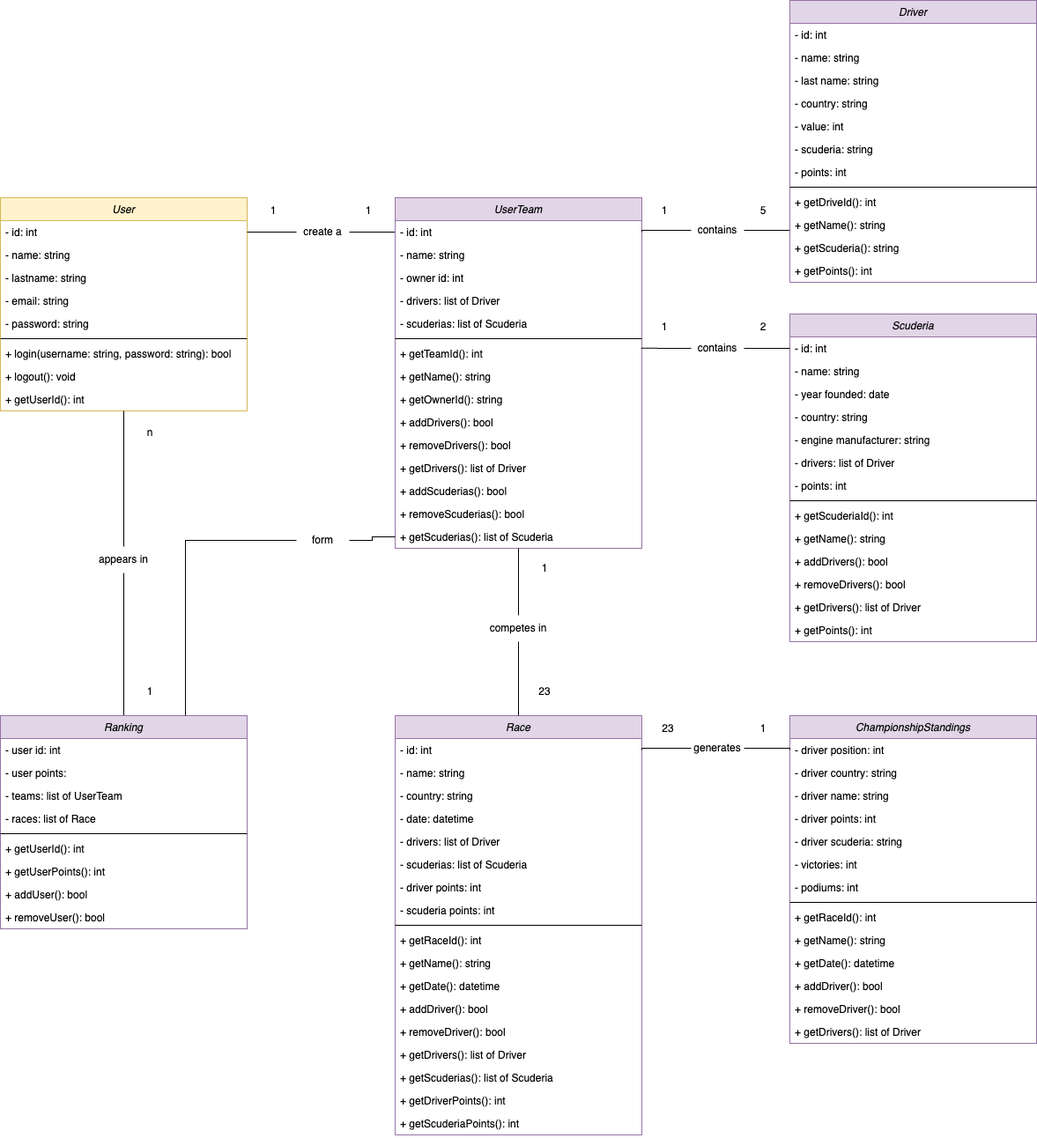
Before: doc/diagramas/img/Diagrama_Clases_FFantasy.drawio.png, a diagram exported from draw.io (adrianhrb/proyecto_ETS). Source tidied: cells renumbered, new cells last; positions are measured from the earlier drawing's top-left corner, leaving out a move shared by most shapes.
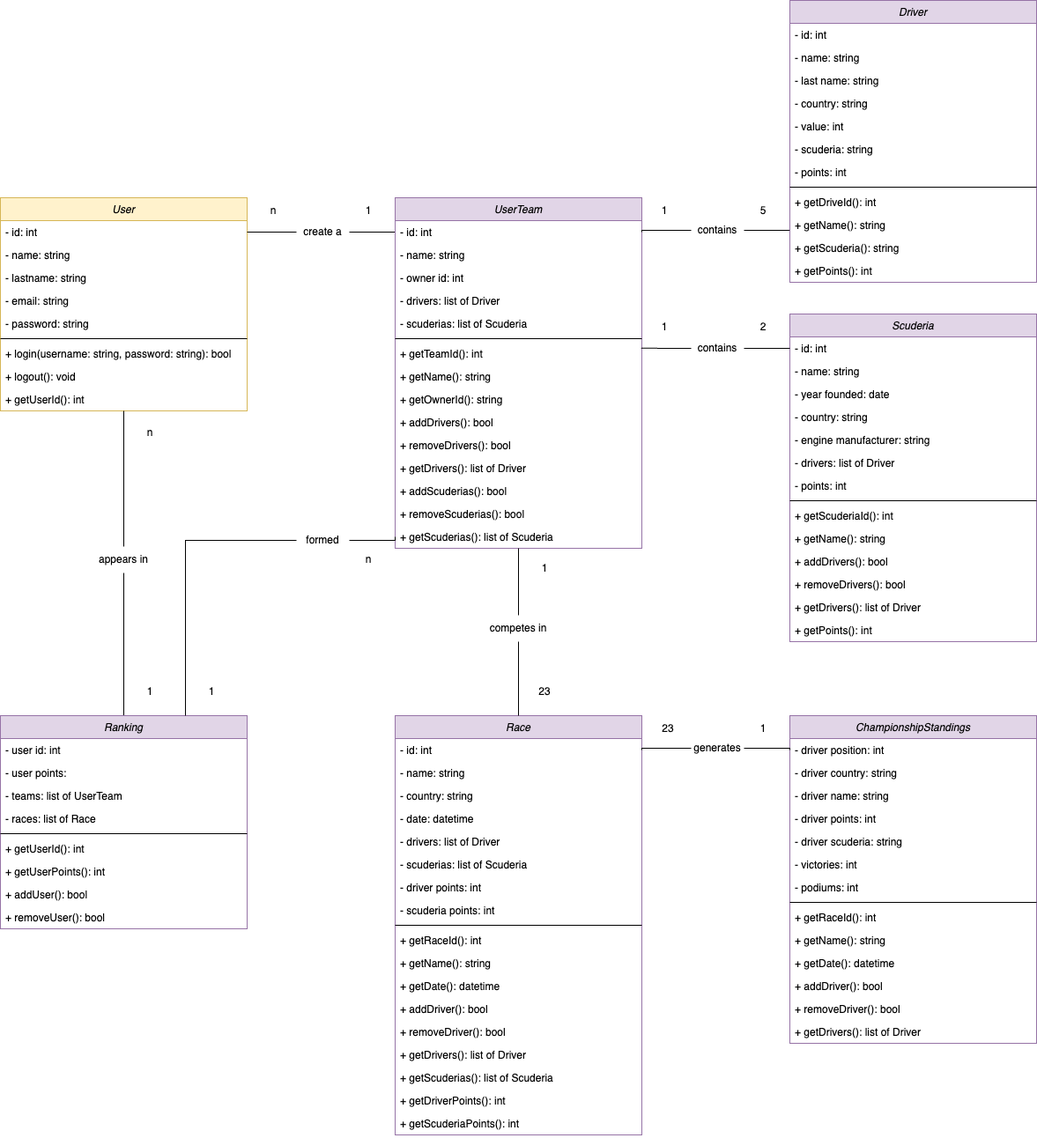
Above is the later version.

What changed in the source:
```diff
@@ -231,7 +231,11 @@
       <mxGeometry y="372" width="280" height="26" as="geometry" />
     </mxCell>
     <mxCell id="78" style="edgeStyle=orthogonalEdgeStyle;rounded=0;jettySize=auto;html=1;exitX=1;exitY=0.5;exitDx=0;exitDy=0;entryX=0;entryY=0.5;entryDx=0;entryDy=0;endArrow=none;endFill=0;" parent="1" edge="1" source="132" target="77">
-      <mxGeometry relative="1" as="geometry" />
+      <mxGeometry relative="1" as="geometry">
+        <Array as="points">
+          <mxPoint x="448" y="613" />
+        </Array>
+      </mxGeometry>
     </mxCell>
     <mxCell id="79" value="Ranking" style="swimlane;fontStyle=2;align=center;verticalAlign=top;horizontal=1;startSize=26;rounded=0;shadow=0;strokeWidth=1;fillColor=#e1d5e7;strokeColor=#9673a6;" parent="1" vertex="1">
       <mxGeometry y="812" width="280" height="242" as="geometry" />
@@ -317,7 +321,7 @@
     <mxCell id="106" value="create a" style="text;html=1;strokeColor=none;fillColor=none;align=center;verticalAlign=middle;whiteSpace=wrap;rounded=0;" parent="1" vertex="1">
       <mxGeometry x="336" y="248" width="60" height="30" as="geometry" />
     </mxCell>
-    <mxCell id="107" value="1" style="text;html=1;strokeColor=none;fillColor=none;align=center;verticalAlign=middle;whiteSpace=wrap;rounded=0;" parent="1" vertex="1">
+    <mxCell id="107" value="n" style="text;html=1;strokeColor=none;fillColor=none;align=center;verticalAlign=middle;whiteSpace=wrap;rounded=0;" parent="1" vertex="1">
       <mxGeometry x="280" y="224" width="60" height="30" as="geometry" />
     </mxCell>
     <mxCell id="108" value="1" style="text;html=1;strokeColor=none;fillColor=none;align=center;verticalAlign=middle;whiteSpace=wrap;rounded=0;" parent="1" vertex="1">
@@ -404,8 +408,14 @@
     <mxCell id="131" style="edgeStyle=orthogonalEdgeStyle;rounded=0;jettySize=auto;html=1;exitX=0.75;exitY=0;exitDx=0;exitDy=0;entryX=0;entryY=0.5;entryDx=0;entryDy=0;endArrow=none;endFill=0;" parent="1" edge="1" source="79" target="132">
       <mxGeometry relative="1" as="geometry" />
     </mxCell>
-    <mxCell id="132" value="form" style="text;html=1;strokeColor=none;fillColor=none;align=center;verticalAlign=middle;whiteSpace=wrap;rounded=0;" parent="1" vertex="1">
+    <mxCell id="132" value="formed" style="text;html=1;strokeColor=none;fillColor=none;align=center;verticalAlign=middle;whiteSpace=wrap;rounded=0;" parent="1" vertex="1">
       <mxGeometry x="336" y="598" width="60" height="30" as="geometry" />
     </mxCell>
+    <mxCell id="133" value="1" style="text;html=1;strokeColor=none;fillColor=none;align=center;verticalAlign=middle;whiteSpace=wrap;rounded=0;" parent="1" vertex="1">
+      <mxGeometry x="210" y="770" width="60" height="30" as="geometry" />
+    </mxCell>
+    <mxCell id="134" value="n" style="text;html=1;strokeColor=none;fillColor=none;align=center;verticalAlign=middle;whiteSpace=wrap;rounded=0;" parent="1" vertex="1">
+      <mxGeometry x="388" y="620" width="60" height="30" as="geometry" />
+    </mxCell>
   </root>
 </mxGraphModel>
```
